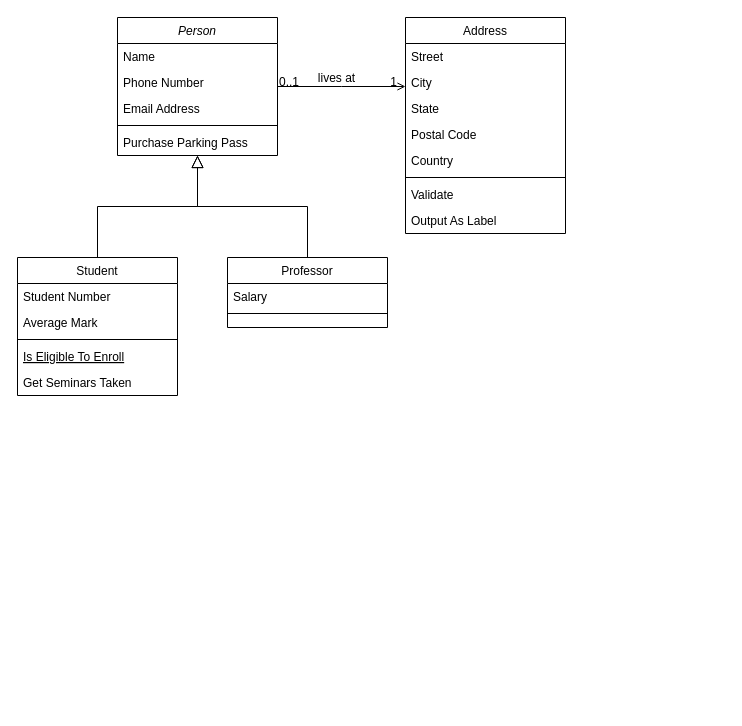
The draw.io diagram Grupp 12 labb 1/Untitled Diagram.drawio in henrikkdev/Grupp-12-labb-1, before the edit. Source tidied: cells renumbered, new cells numbered last; positions are measured from the earlier drawing's top-left corner, leaving out a move shared by most shapes. Both pictures are drawn from the tidied source at 100%, with x=0, y=0 at pixel (17, 17).
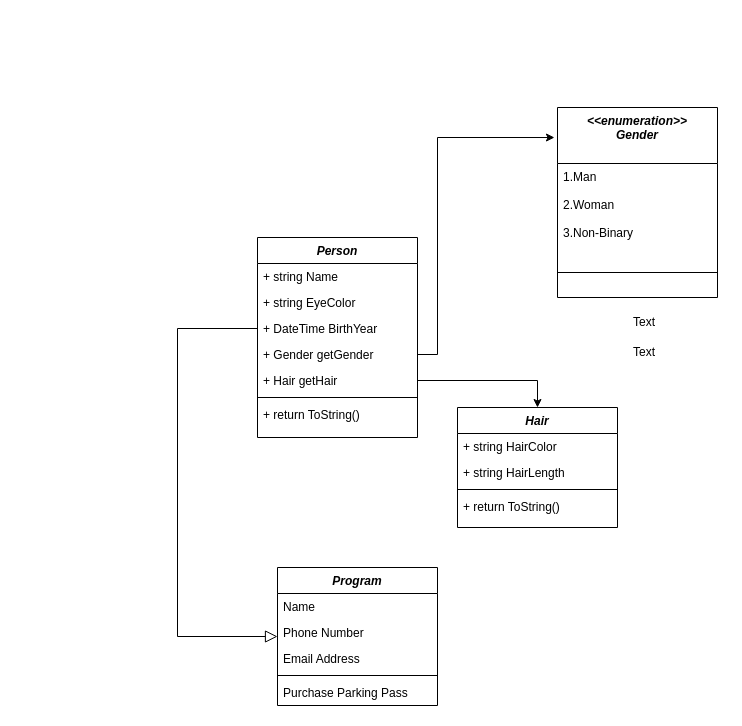
The same diagram, later.

Commit message:
Labb 4 UML Diagram.drawio

Diff of the diagram source:
```diff
@@
-    <mxCell id="2" value="Person" style="swimlane;fontStyle=2;align=center;verticalAlign=top;horizontal=1;startSize=26;rounded=0;shadow=0;strokeWidth=1;" parent="1" vertex="1">
-      <mxGeometry x="100" width="160" height="138" as="geometry" />
+    <mxCell id="2" value="Program" style="swimlane;fontStyle=3;align=center;verticalAlign=top;horizontal=1;startSize=26;rounded=0;shadow=0;strokeWidth=1;" parent="1" vertex="1">
+      <mxGeometry x="260" y="550" width="160" height="138" as="geometry" />
     </mxCell>
@@
-    <mxCell id="8" value="Student" style="swimlane;fontStyle=0;align=center;verticalAlign=top;horizontal=1;startSize=26;rounded=0;shadow=0;strokeWidth=1;" parent="1" vertex="1">
-      <mxGeometry y="240" width="160" height="138" as="geometry" />
+    <mxCell id="8" value="Hair" style="swimlane;fontStyle=3;align=center;verticalAlign=top;horizontal=1;startSize=26;rounded=0;shadow=0;strokeWidth=1;" parent="1" vertex="1">
+      <mxGeometry x="440" y="390" width="160" height="120" as="geometry" />
     </mxCell>
-    <mxCell id="9" value="Student Number" style="text;align=left;verticalAlign=top;spacingLeft=4;spacingRight=4;overflow=hidden;" parent="8" vertex="1">
+    <mxCell id="9" value="+ string HairColor" style="text;align=left;verticalAlign=top;spacingLeft=4;spacingRight=4;overflow=hidden;" parent="8" vertex="1">
       <mxGeometry y="26" width="160" height="26" as="geometry" />
     </mxCell>
-    <mxCell id="10" value="Average Mark" style="text;align=left;verticalAlign=top;spacingLeft=4;spacingRight=4;overflow=hidden;rounded=0;shadow=0;html=0;" parent="8" vertex="1">
+    <mxCell id="10" value="+ string HairLength" style="text;align=left;verticalAlign=top;spacingLeft=4;spacingRight=4;overflow=hidden;rounded=0;shadow=0;html=0;" parent="8" vertex="1">
       <mxGeometry y="52" width="160" height="26" as="geometry" />
     </mxCell>
@@
-    <mxCell id="12" value="Is Eligible To Enroll" style="text;align=left;verticalAlign=top;spacingLeft=4;spacingRight=4;overflow=hidden;fontStyle=4;" parent="8" vertex="1">
-      <mxGeometry y="86" width="160" height="26" as="geometry" />
-    </mxCell>
-    <mxCell id="13" value="Get Seminars Taken" style="text;align=left;verticalAlign=top;spacingLeft=4;spacingRight=4;overflow=hidden;" parent="8" vertex="1">
-      <mxGeometry y="112" width="160" height="26" as="geometry" />
+    <mxCell id="13" value="+ return ToString()" style="text;align=left;verticalAlign=top;spacingLeft=4;spacingRight=4;overflow=hidden;" parent="8" vertex="1">
+      <mxGeometry y="86" width="160" height="26" as="geometry" />
     </mxCell>
-    <mxCell id="14" style="endArrow=block;endSize=10;endFill=0;shadow=0;strokeWidth=1;rounded=0;curved=0;edgeStyle=elbowEdgeStyle;elbow=vertical;" parent="1" edge="1" source="8" target="2">
-      <mxGeometry relative="1" as="geometry" />
+    <mxCell id="14" style="endArrow=block;endSize=10;endFill=0;shadow=0;strokeWidth=1;rounded=0;curved=0;edgeStyle=elbowEdgeStyle;elbow=vertical;exitX=0;exitY=0.5;exitDx=0;exitDy=0;" parent="1" edge="1" source="22" target="2">
+      <mxGeometry relative="1" as="geometry">
+        <Array as="points">
+          <mxPoint x="160" y="360" />
+        </Array>
+      </mxGeometry>
     </mxCell>
-    <mxCell id="15" value="Professor" style="swimlane;fontStyle=0;align=center;verticalAlign=top;horizontal=1;startSize=26;rounded=0;shadow=0;strokeWidth=1;" parent="1" vertex="1">
-      <mxGeometry x="210" y="240" width="160" height="70" as="geometry" />
+    <mxCell id="15" value="&lt;&lt;enumeration&gt;&gt;&#10;Gender" style="swimlane;fontStyle=3;align=center;verticalAlign=top;horizontal=1;startSize=56;rounded=0;shadow=0;strokeWidth=1;fontSize=12;" parent="1" vertex="1">
+      <mxGeometry x="540" y="90" width="160" height="190" as="geometry" />
     </mxCell>
-    <mxCell id="16" value="Salary" style="text;align=left;verticalAlign=top;spacingLeft=4;spacingRight=4;overflow=hidden;" parent="15" vertex="1">
-      <mxGeometry y="26" width="160" height="26" as="geometry" />
+    <mxCell id="16" value="1.Man&#10;&#10;2.Woman&#10;&#10;3.Non-Binary&#10;" style="text;align=left;verticalAlign=top;spacingLeft=4;spacingRight=4;overflow=hidden;" parent="15" vertex="1">
+      <mxGeometry y="56" width="160" height="104" as="geometry" />
     </mxCell>
     <mxCell id="17" style="line;html=1;strokeWidth=1;align=left;verticalAlign=middle;spacingTop=-1;spacingLeft=3;spacingRight=3;labelPosition=right;" parent="15" vertex="1">
-      <mxGeometry y="52" width="160" height="8" as="geometry" />
+      <mxGeometry y="160" width="160" height="10" as="geometry" />
     </mxCell>
-    <mxCell id="18" style="endArrow=block;endSize=10;endFill=0;shadow=0;strokeWidth=1;rounded=0;curved=0;edgeStyle=elbowEdgeStyle;elbow=vertical;" parent="1" edge="1" source="15" target="2">
-      <mxGeometry relative="1" as="geometry" />
-    </mxCell>
-    <mxCell id="19" value="Address" style="swimlane;fontStyle=0;align=center;verticalAlign=top;horizontal=1;startSize=26;rounded=0;shadow=0;strokeWidth=1;" parent="1" vertex="1">
-      <mxGeometry x="388" width="160" height="216" as="geometry" />
+    <mxCell id="19" value="Person" style="swimlane;fontStyle=3;align=center;verticalAlign=top;horizontal=1;startSize=26;rounded=0;shadow=0;strokeWidth=1;" parent="1" vertex="1">
+      <mxGeometry x="240" y="220" width="160" height="200" as="geometry" />
     </mxCell>
-    <mxCell id="20" value="Street" style="text;align=left;verticalAlign=top;spacingLeft=4;spacingRight=4;overflow=hidden;" parent="19" vertex="1">
+    <mxCell id="20" value="+ string Name" style="text;align=left;verticalAlign=top;spacingLeft=4;spacingRight=4;overflow=hidden;" parent="19" vertex="1">
       <mxGeometry y="26" width="160" height="26" as="geometry" />
     </mxCell>
-    <mxCell id="21" value="City" style="text;align=left;verticalAlign=top;spacingLeft=4;spacingRight=4;overflow=hidden;rounded=0;shadow=0;html=0;" parent="19" vertex="1">
+    <mxCell id="21" value="+ string EyeColor" style="text;align=left;verticalAlign=top;spacingLeft=4;spacingRight=4;overflow=hidden;rounded=0;shadow=0;html=0;" parent="19" vertex="1">
       <mxGeometry y="52" width="160" height="26" as="geometry" />
     </mxCell>
-    <mxCell id="22" value="State" style="text;align=left;verticalAlign=top;spacingLeft=4;spacingRight=4;overflow=hidden;points=[[0,0.5],[1,0.5]];portConstraint=eastwest;rounded=0;shadow=0;html=0;" parent="19" vertex="1">
+    <mxCell id="22" value="+ DateTime BirthYear" style="text;align=left;verticalAlign=top;spacingLeft=4;spacingRight=4;overflow=hidden;points=[[0,0.5],[1,0.5]];portConstraint=eastwest;rounded=0;shadow=0;html=0;" parent="19" vertex="1">
       <mxGeometry y="78" width="160" height="26" as="geometry" />
     </mxCell>
-    <mxCell id="23" value="Postal Code" style="text;align=left;verticalAlign=top;spacingLeft=4;spacingRight=4;overflow=hidden;points=[[0,0.5],[1,0.5]];portConstraint=eastwest;rounded=0;shadow=0;html=0;" parent="19" vertex="1">
+    <mxCell id="23" value="+ Gender getGender" style="text;align=left;verticalAlign=top;spacingLeft=4;spacingRight=4;overflow=hidden;points=[[0,0.5],[1,0.5]];portConstraint=eastwest;rounded=0;shadow=0;html=0;" parent="19" vertex="1">
       <mxGeometry y="104" width="160" height="26" as="geometry" />
     </mxCell>
-    <mxCell id="24" value="Country" style="text;align=left;verticalAlign=top;spacingLeft=4;spacingRight=4;overflow=hidden;points=[[0,0.5],[1,0.5]];portConstraint=eastwest;rounded=0;shadow=0;html=0;" parent="19" vertex="1">
+    <mxCell id="24" value="+ Hair getHair" style="text;align=left;verticalAlign=top;spacingLeft=4;spacingRight=4;overflow=hidden;points=[[0,0.5],[1,0.5]];portConstraint=eastwest;rounded=0;shadow=0;html=0;" parent="19" vertex="1">
       <mxGeometry y="130" width="160" height="26" as="geometry" />
     </mxCell>
@@
-    <mxCell id="26" value="Validate" style="text;align=left;verticalAlign=top;spacingLeft=4;spacingRight=4;overflow=hidden;" parent="19" vertex="1">
+    <mxCell id="26" value="+ return ToString()" style="text;align=left;verticalAlign=top;spacingLeft=4;spacingRight=4;overflow=hidden;" parent="19" vertex="1">
       <mxGeometry y="164" width="160" height="26" as="geometry" />
     </mxCell>
-    <mxCell id="27" value="Output As Label" style="text;align=left;verticalAlign=top;spacingLeft=4;spacingRight=4;overflow=hidden;" parent="19" vertex="1">
-      <mxGeometry y="190" width="160" height="26" as="geometry" />
-    </mxCell>
-    <mxCell id="28" style="endArrow=open;shadow=0;strokeWidth=1;rounded=0;curved=0;endFill=1;edgeStyle=elbowEdgeStyle;elbow=vertical;" parent="1" edge="1" source="2" target="19">
-      <mxGeometry x="0.5" y="41" relative="1" as="geometry">
-        <mxPoint x="-40" y="32" as="offset" />
-      </mxGeometry>
-    </mxCell>
-    <mxCell id="29" value="0..1" style="align=left;verticalAlign=bottom;labelBackgroundColor=none;fontSize=12;" parent="28" vertex="1">
-      <mxGeometry x="-1" relative="1" as="geometry">
-        <mxPoint y="4" as="offset" />
-      </mxGeometry>
-    </mxCell>
-    <mxCell id="30" value="1" style="align=right;verticalAlign=bottom;labelBackgroundColor=none;fontSize=12;" parent="28" vertex="1">
-      <mxGeometry x="1" relative="1" as="geometry">
-        <mxPoint x="-7" y="4" as="offset" />
-      </mxGeometry>
-    </mxCell>
-    <mxCell id="31" value="lives at" style="text;html=1;align=center;verticalAlign=middle;labelBackgroundColor=none;rounded=0;shadow=0;strokeWidth=1;fontSize=12;" parent="28" vertex="1">
-      <mxGeometry x="0.5" y="49" relative="1" as="geometry">
-        <mxPoint x="-38" y="40" as="offset" />
-      </mxGeometry>
-    </mxCell>
+    <mxCell id="32" style="edgeStyle=orthogonalEdgeStyle;rounded=0;jettySize=auto;html=1;exitX=1;exitY=0.5;exitDx=0;exitDy=0;entryX=-0.019;entryY=0.158;entryDx=0;entryDy=0;entryPerimeter=0;" parent="1" edge="1" source="23" target="15">
+      <mxGeometry relative="1" as="geometry">
+        <Array as="points">
+          <mxPoint x="420" y="337" />
+          <mxPoint x="420" y="120" />
+        </Array>
+      </mxGeometry>
+    </mxCell>
+    <mxCell id="33" value="Text" style="text;html=1;align=center;verticalAlign=middle;whiteSpace=wrap;rounded=0;" parent="1" vertex="1">
+      <mxGeometry x="597" y="320" width="60" height="30" as="geometry" />
+    </mxCell>
+    <mxCell id="34" value="Text" style="text;html=1;align=center;verticalAlign=middle;whiteSpace=wrap;rounded=0;" parent="1" vertex="1">
+      <mxGeometry x="547" y="290" width="160" height="30" as="geometry" />
+    </mxCell>
+    <mxCell id="35" style="edgeStyle=orthogonalEdgeStyle;rounded=0;jettySize=auto;html=1;exitX=1;exitY=0.5;exitDx=0;exitDy=0;entryX=0.5;entryY=0;entryDx=0;entryDy=0;" parent="1" edge="1" source="24" target="8">
+      <mxGeometry relative="1" as="geometry" />
+    </mxCell>
```
